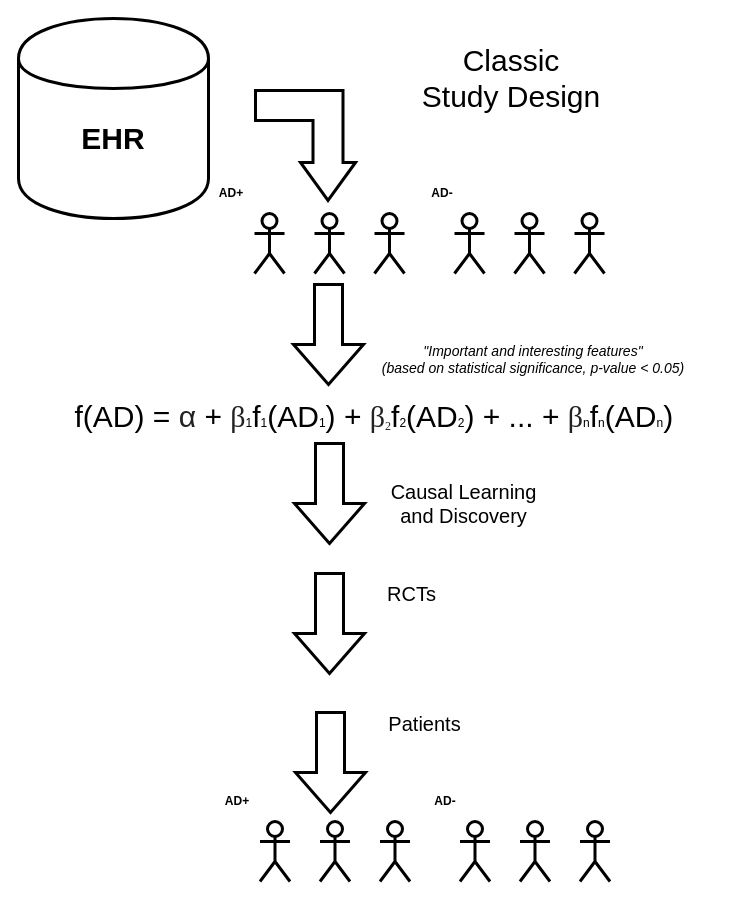
Earlier version of the draw.io diagram page "Classic" (1 of 2) of art.drawio (kingfish777/adrc). Source tidied: cells renumbered, new cells numbered last; positions are measured from the earlier drawing's top-left corner, leaving out a move shared by most shapes. Both pictures are drawn from the tidied source at 100%, with x=0, y=0 at pixel (18, 18).
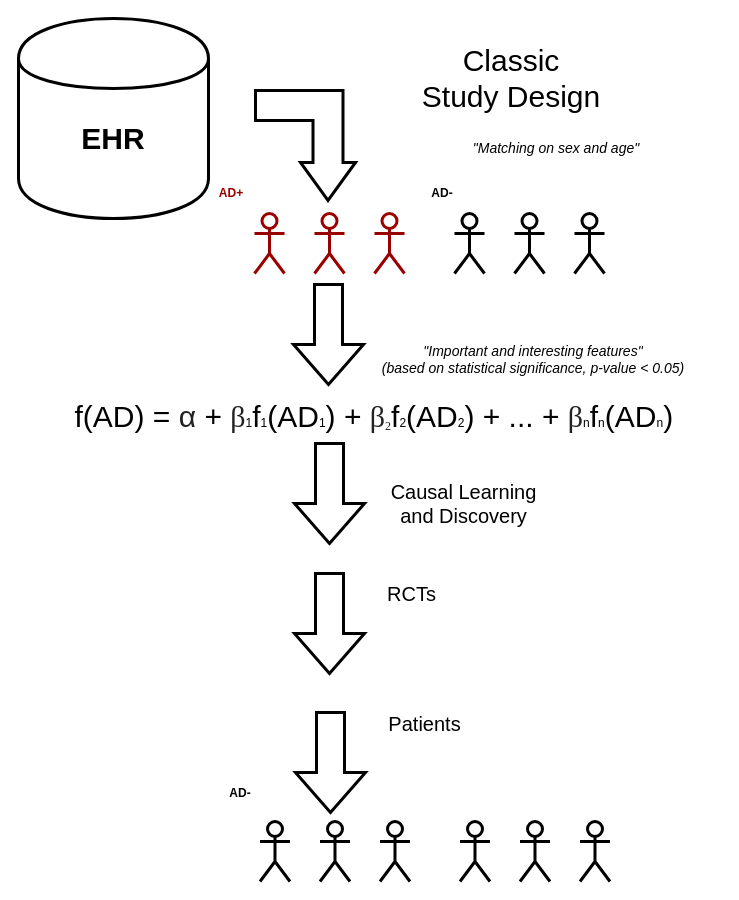
The same diagram, later.

Diff of the diagram source:
```diff
@@
-    <mxCell id="3" style="shape=umlActor;verticalLabelPosition=bottom;labelBackgroundColor=#ffffff;verticalAlign=top;html=1;strokeWidth=3;" parent="1" vertex="1">
+    <mxCell id="3" style="shape=umlActor;verticalLabelPosition=bottom;labelBackgroundColor=#ffffff;verticalAlign=top;html=1;strokeWidth=3;fontColor=#000000;strokeColor=#990000;" parent="1" vertex="1">
       <mxGeometry x="236" y="195" width="30" height="60" as="geometry" />
     </mxCell>
-    <mxCell id="4" style="shape=umlActor;verticalLabelPosition=bottom;labelBackgroundColor=#ffffff;verticalAlign=top;html=1;strokeWidth=3;" parent="1" vertex="1">
+    <mxCell id="4" style="shape=umlActor;verticalLabelPosition=bottom;labelBackgroundColor=#ffffff;verticalAlign=top;html=1;strokeWidth=3;fontColor=#000000;strokeColor=#990000;" parent="1" vertex="1">
       <mxGeometry x="296" y="195" width="30" height="60" as="geometry" />
     </mxCell>
-    <mxCell id="5" style="shape=umlActor;verticalLabelPosition=bottom;labelBackgroundColor=#ffffff;verticalAlign=top;html=1;strokeWidth=3;" parent="1" vertex="1">
+    <mxCell id="5" style="shape=umlActor;verticalLabelPosition=bottom;labelBackgroundColor=#ffffff;verticalAlign=top;html=1;strokeWidth=3;strokeColor=#990000;" parent="1" vertex="1">
       <mxGeometry x="356" y="195" width="30" height="60" as="geometry" />
     </mxCell>
@@
-    <mxCell id="14" value="&lt;b&gt;AD+&lt;/b&gt;" style="text;html=1;strokeColor=none;fillColor=none;align=center;verticalAlign=middle;whiteSpace=wrap;rounded=0;" parent="1" vertex="1">
+    <mxCell id="14" value="&lt;b&gt;AD+&lt;/b&gt;" style="text;html=1;strokeColor=none;fillColor=none;align=center;verticalAlign=middle;whiteSpace=wrap;rounded=0;fontColor=#990000;" parent="1" vertex="1">
       <mxGeometry x="193" y="165" width="40" height="20" as="geometry" />
     </mxCell>
@@
-    <mxCell id="25" value="&lt;b&gt;AD+&lt;/b&gt;" style="text;html=1;strokeColor=none;fillColor=none;align=center;verticalAlign=middle;whiteSpace=wrap;rounded=0;" parent="1" vertex="1">
-      <mxGeometry x="198.5" y="773" width="40" height="20" as="geometry" />
-    </mxCell>
@@
     <mxCell id="29" value="&lt;b&gt;AD-&lt;/b&gt;" style="text;html=1;strokeColor=none;fillColor=none;align=center;verticalAlign=middle;whiteSpace=wrap;rounded=0;" parent="1" vertex="1">
-      <mxGeometry x="406.5" y="773" width="40" height="20" as="geometry" />
+      <mxGeometry x="201.5" y="765" width="40" height="20" as="geometry" />
     </mxCell>
+    <mxCell id="30" value="&lt;font style=&quot;font-size: 14px&quot;&gt;&lt;i&gt;&quot;Matching on sex and age&quot;&lt;br&gt;&lt;/i&gt;&lt;/font&gt;" style="text;html=1;strokeColor=none;fillColor=none;align=center;verticalAlign=middle;whiteSpace=wrap;rounded=0;" parent="1" vertex="1">
+      <mxGeometry x="373" y="105" width="330" height="50" as="geometry" />
+    </mxCell>
```
